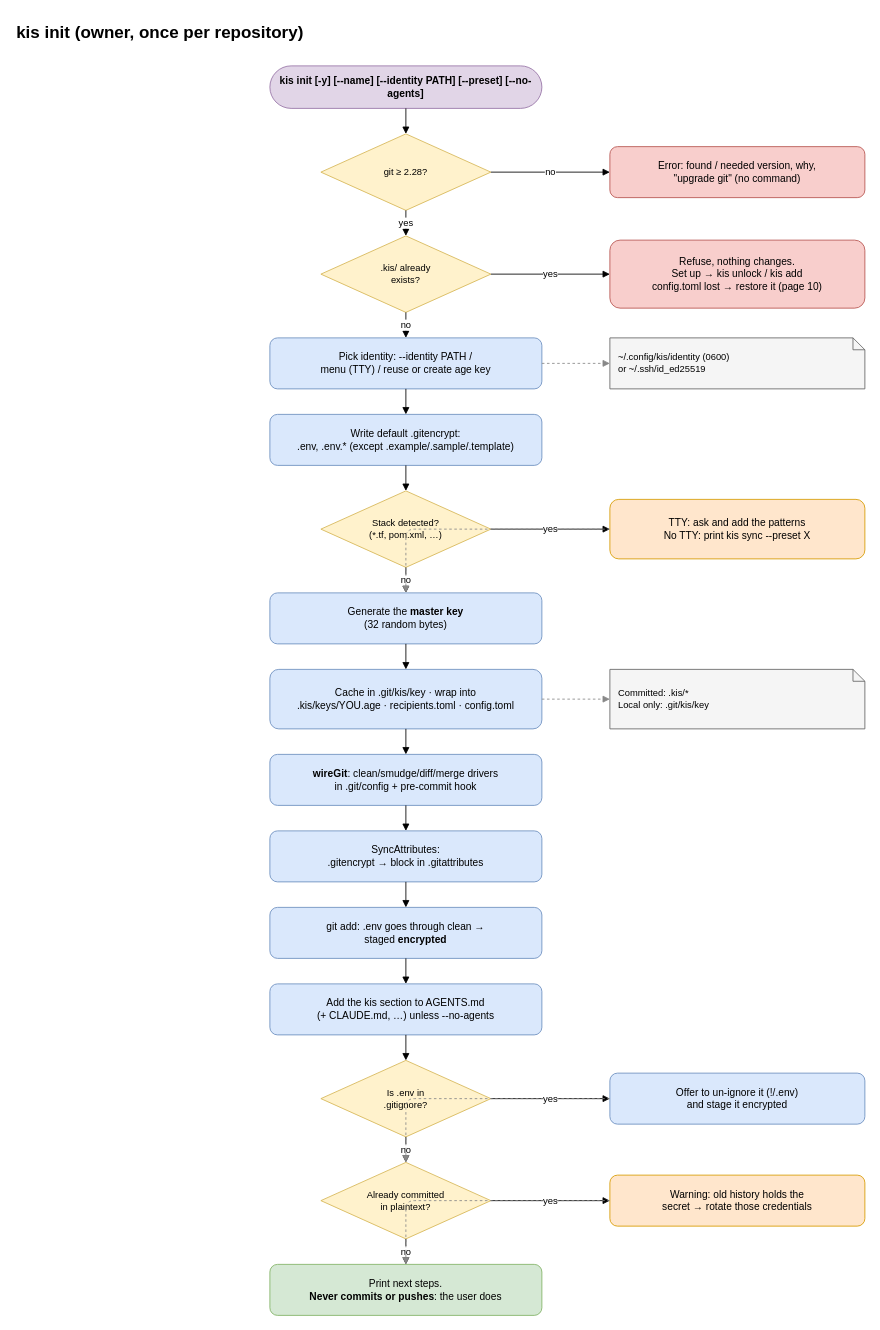
Earlier version of the draw.io diagram page "2 · kis init" (2 of 13) of docs/diagrams/kis-flows.drawio (juanfraherrero/keep-in-secret). Source tidied: cells renumbered, new cells numbered last; positions are measured from the earlier drawing's top-left corner, leaving out a move shared by most shapes. Both pictures are drawn from the tidied source at 85%, with x=0, y=0 at pixel (14, 14).
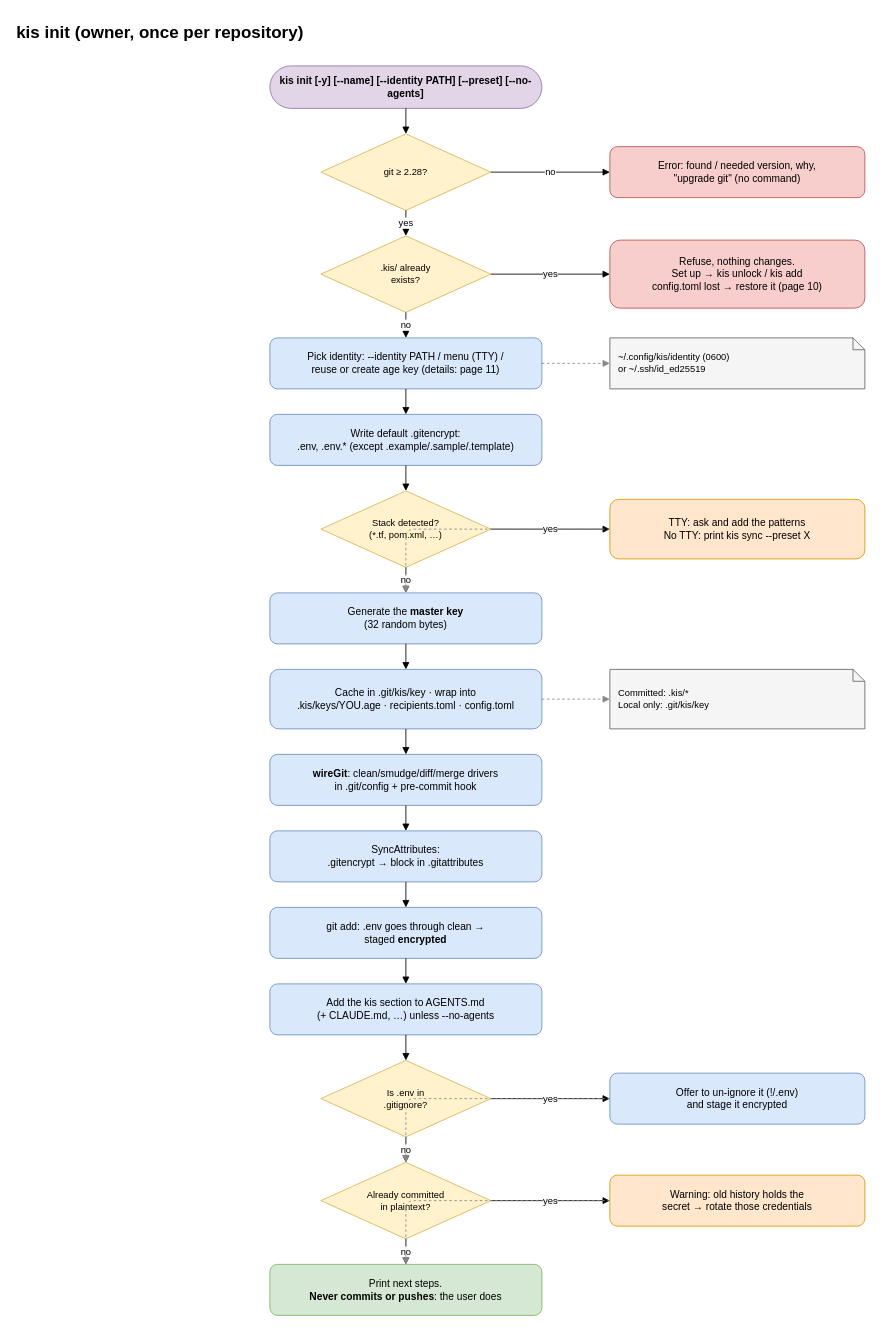
Above is the later version.

Commit message (it also covers changes not shown here):
docs: --name, renaming yourself, identity and group diagrams

Change to the diagram source:
```diff
@@
-    <mxCell id="8" value="Pick identity: --identity PATH /&lt;br&gt;menu (TTY) / reuse or create age key" style="rounded=1;whiteSpace=wrap;html=1;fillColor=#dae8fc;strokeColor=#6c8ebf;fontSize=12;" parent="1" vertex="1">
+    <mxCell id="8" value="Pick identity: --identity PATH / menu (TTY) /&lt;br&gt;reuse or create age key (details: page 11)" style="rounded=1;whiteSpace=wrap;html=1;fillColor=#dae8fc;strokeColor=#6c8ebf;fontSize=12;" parent="1" vertex="1">
       <mxGeometry x="300" y="380" width="320" height="60" as="geometry" />
     </mxCell>
```
